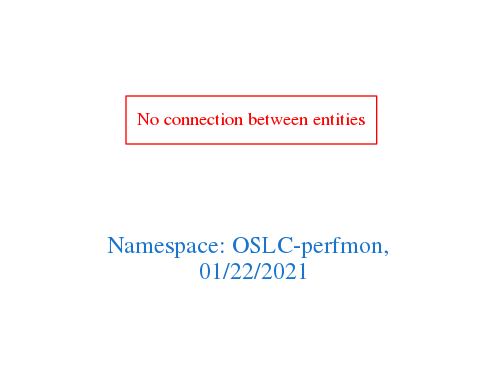
Above: downloads/OSLC-perfmon.png in arago/OGIT (Graphviz), before the change. Its source is kept beside it as downloads/OSLC-perfmon.dot.
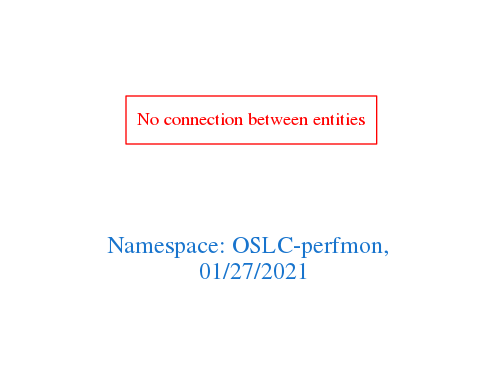
The same diagram one commit later.

Diff of the diagram source:
```diff
@@ -1,7 +1,7 @@
 digraph OGIT_ontology {
  graph [ rankdir= LR,pad=1
 fontsize = 18,
-fontcolor= dodgerblue3,label = "\n\n\nNamespace: OSLC-perfmon, \n 01/22/2021"];
+fontcolor= dodgerblue3,label = "\n\n\nNamespace: OSLC-perfmon, \n 01/27/2021"];
 node[shape=polygon];
 edge [  color="gray81"];
 
```
